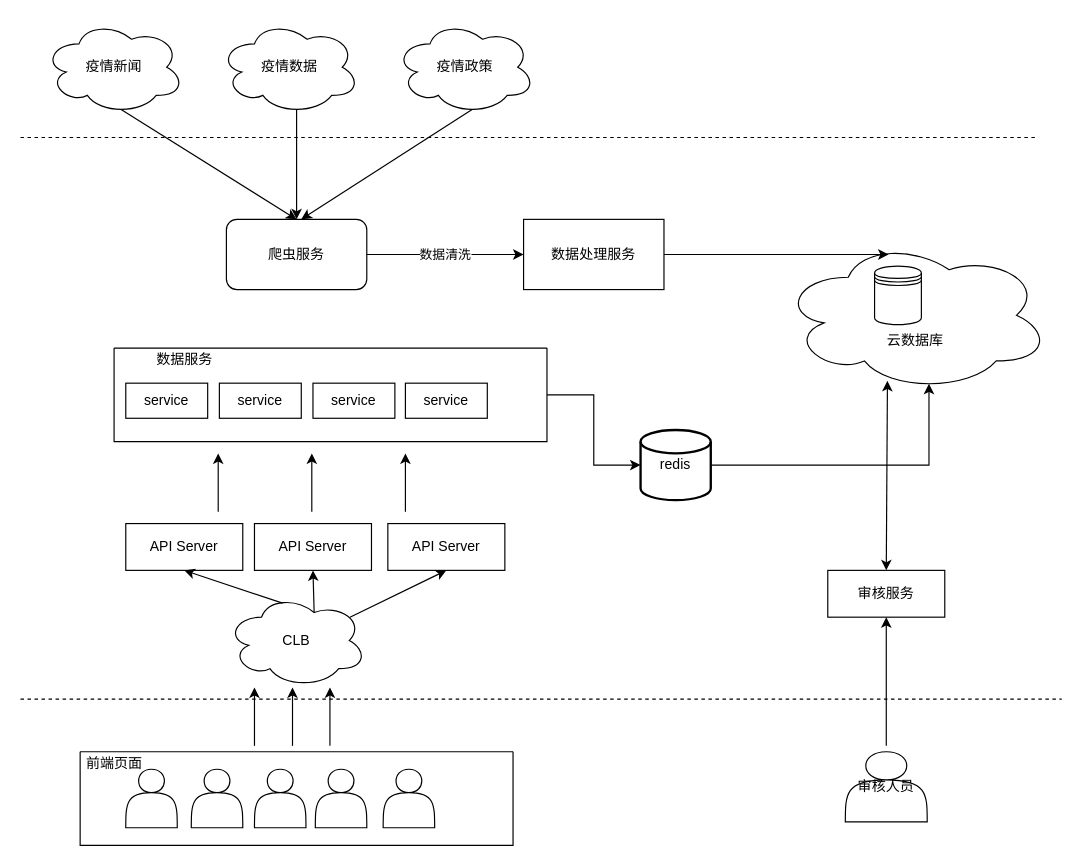
Before: Untitled Diagram.drawio in zja147/behaviac, a draw.io diagram. Source tidied: cells renumbered, new cells numbered last; positions are measured from the earlier drawing's top-left corner, leaving out a move shared by most shapes. Both pictures are drawn from the tidied source at 117%, with x=0, y=0 at pixel (20, 20).
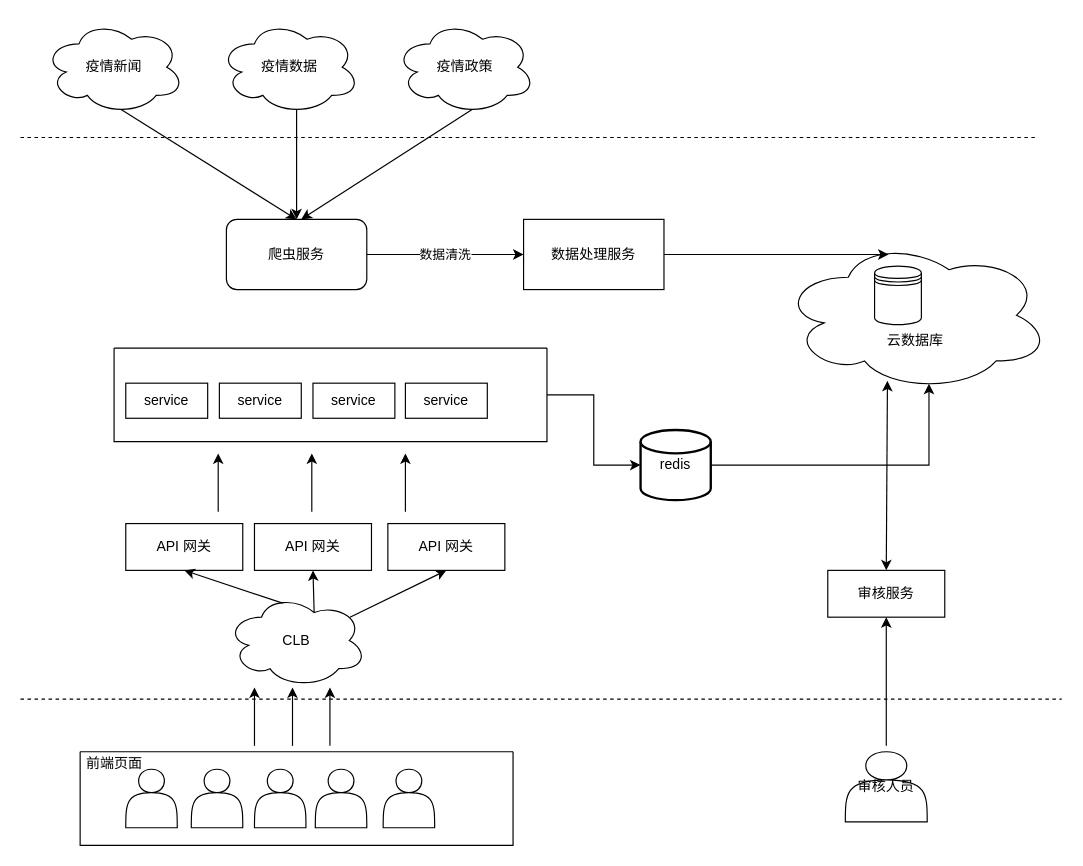
Above is the later version.

Change to the diagram source:
```diff
@@
-    <mxCell id="16" value="API Server" style="whiteSpace=wrap;html=1;align=center;fillColor=none;" parent="1" vertex="1">
+    <mxCell id="16" value="API 网关" style="whiteSpace=wrap;html=1;align=center;fillColor=none;" parent="1" vertex="1">
       <mxGeometry x="90" y="430" width="100" height="40" as="geometry" />
     </mxCell>
-    <mxCell id="17" value="API Server" style="whiteSpace=wrap;html=1;align=center;fillColor=none;" parent="1" vertex="1">
+    <mxCell id="17" value="API 网关" style="whiteSpace=wrap;html=1;align=center;fillColor=none;" parent="1" vertex="1">
       <mxGeometry x="200" y="430" width="100" height="40" as="geometry" />
     </mxCell>
-    <mxCell id="18" value="API Server" style="whiteSpace=wrap;html=1;align=center;fillColor=none;" parent="1" vertex="1">
+    <mxCell id="18" value="API 网关" style="whiteSpace=wrap;html=1;align=center;fillColor=none;" parent="1" vertex="1">
       <mxGeometry x="314" y="430" width="100" height="40" as="geometry" />
     </mxCell>
@@
-    <mxCell id="28" value="数据服务" style="text;html=1;align=center;verticalAlign=middle;strokeColor=none;" parent="1" vertex="1">
-      <mxGeometry x="110" y="280" width="60" height="20" as="geometry" />
-    </mxCell>
```
